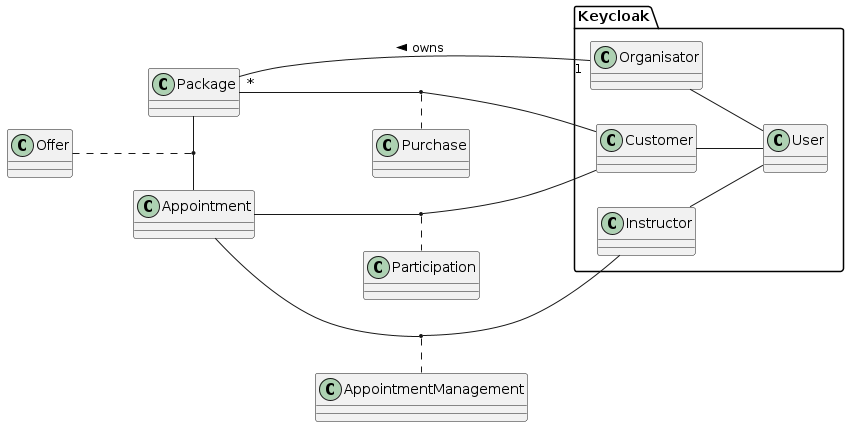
Above: slides/images/svg2.png in 2324-4bhif-syp/2324-4bhif-syp-project-kurstermine (PlantUML), before the change. Source of this version:
```plantuml
@startuml
left to right direction

class Package {
}

class Appointment {
}

package Keycloak {
    class User {
    }

    class Customer {
    }

    class Organisator {
    }

    class Instructor {
    }
}

Package -left- Appointment
Package "*"--"1" Organisator: < owns
Instructor -- User
Customer -- User
Organisator -- User
Offer .. (Package, Appointment)
(Appointment, Instructor) .. AppointmentManagement
(Appointment, Customer) .. Participation
(Package, Customer) .. Purchase

@enduml
```
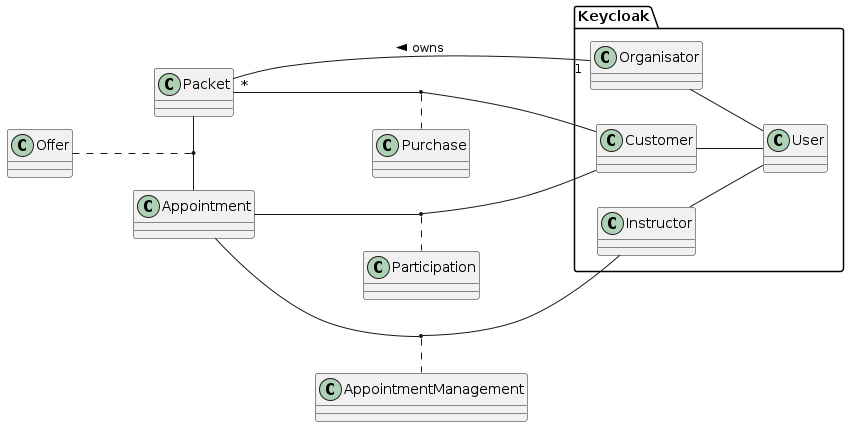
After the change.

Change to the diagram source:
```diff
@@ -1,7 +1,7 @@
 @startuml
 left to right direction
 
-class Package {
+class Packet {
 }
 
 class Appointment {
@@ -21,14 +21,14 @@
     }
 }
 
-Package -left- Appointment
-Package "*"--"1" Organisator: < owns
+Packet -left- Appointment
+Packet "*"--"1" Organisator: < owns
 Instructor -- User
 Customer -- User
 Organisator -- User
-Offer .. (Package, Appointment)
+Offer .. (Packet, Appointment)
 (Appointment, Instructor) .. AppointmentManagement
 (Appointment, Customer) .. Participation
-(Package, Customer) .. Purchase
+(Packet, Customer) .. Purchase
 
 @enduml
```
